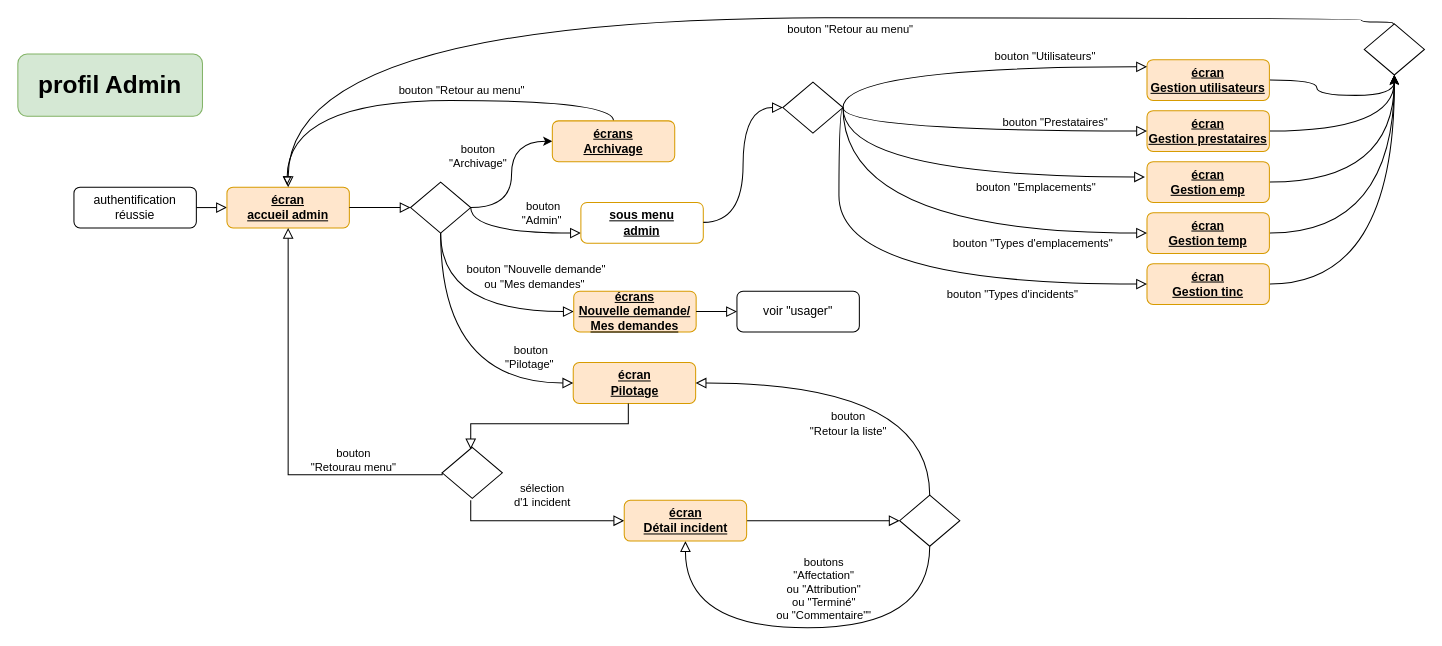
Above: doc/cinématique/admin.drawio in mapette/sos_immo_backend (draw.io), before the change. Source tidied: cells renumbered, new cells numbered last; positions are measured from the earlier drawing's top-left corner, leaving out a move shared by most shapes. Both pictures are drawn from the tidied source at 102%, with x=0, y=0 at pixel (17, 17).
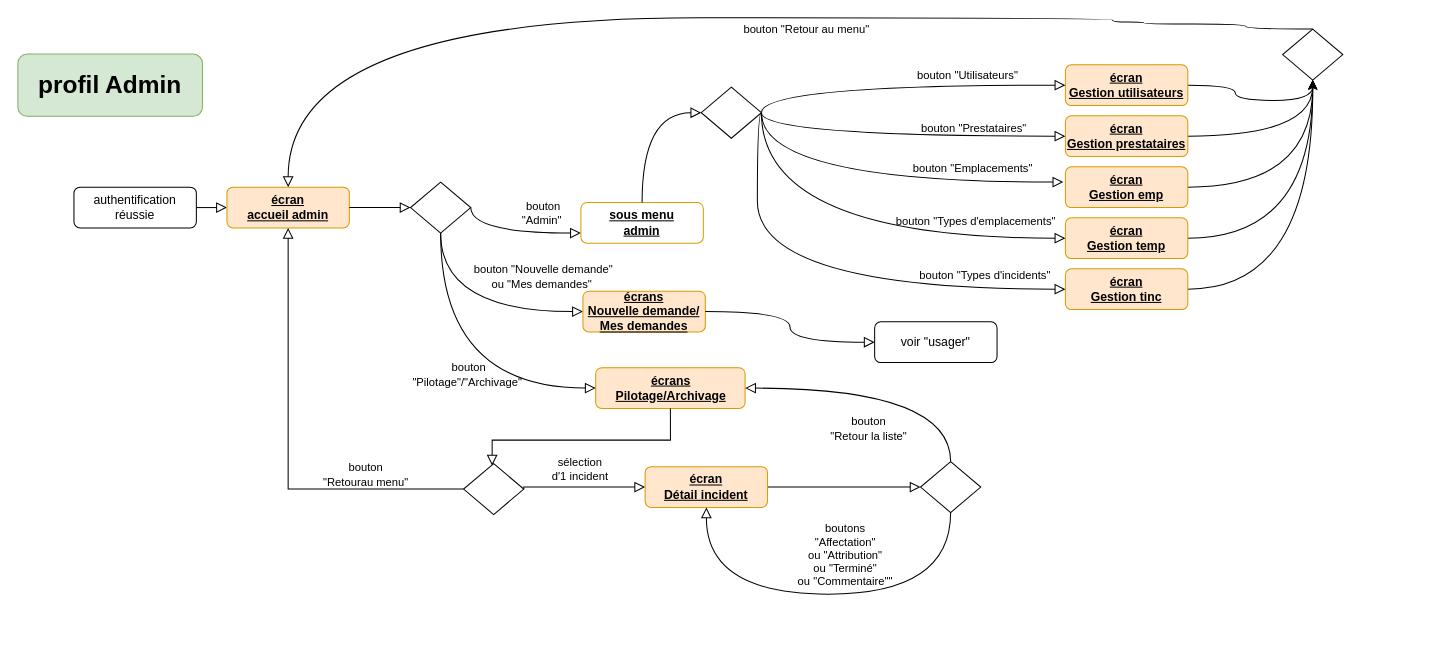
Above is the later version.

The change refers to these unchanged cells:
```xml
<mxCell id="19" value="&lt;b&gt;&lt;u&gt;écran&lt;br&gt;accueil admin&lt;/u&gt;&lt;/b&gt;" style="rounded=1;whiteSpace=wrap;html=1;fontSize=12;glass=0;strokeWidth=1;shadow=0;fillColor=#ffe6cc;strokeColor=#d79b00;" parent="1" vertex="1">
  <mxGeometry x="205" y="166" width="120" height="40" as="geometry" />
</mxCell>
<mxCell id="25" style="rhombus;whiteSpace=wrap;html=1;shadow=0;fontFamily=Helvetica;fontSize=12;align=center;strokeWidth=1;spacing=6;spacingTop=-4;" parent="1" vertex="1">
  <mxGeometry x="385" y="161" width="59" height="50" as="geometry" />
</mxCell>
<mxCell id="39" value="&lt;b&gt;&lt;u&gt;sous menu&lt;br&gt;admin&lt;br&gt;&lt;/u&gt;&lt;/b&gt;" style="rounded=1;whiteSpace=wrap;html=1;fontSize=12;glass=0;strokeWidth=1;shadow=0;fillColor=none;strokeColor=#d79b00;" parent="1" vertex="1">
  <mxGeometry x="552" y="181" width="120" height="40" as="geometry" />
</mxCell>
```

The edit, as a diff of the source:
```diff
@@
     <mxCell id="3" value="&lt;b&gt;&lt;u&gt;écran&lt;br&gt;Gestion utilisateurs&lt;br&gt;&lt;/u&gt;&lt;/b&gt;" style="rounded=1;whiteSpace=wrap;html=1;fontSize=12;glass=0;strokeWidth=1;shadow=0;fillColor=#ffe6cc;strokeColor=#d79b00;" parent="1" vertex="1">
-      <mxGeometry x="1107" y="41" width="120" height="40" as="geometry" />
+      <mxGeometry x="1027" y="46" width="120" height="40" as="geometry" />
     </mxCell>
-    <mxCell id="4" value="bouton &quot;Utilisateurs&quot;" style="rounded=0;html=1;jettySize=auto;fontSize=11;endArrow=block;endFill=0;endSize=8;strokeWidth=1;shadow=0;labelBackgroundColor=none;edgeStyle=orthogonalEdgeStyle;exitX=1;exitY=0.5;exitDx=0;exitDy=0;curved=1;" parent="1" edge="1" source="41" target="3">
+    <mxCell id="4" value="bouton &quot;Utilisateurs&quot;" style="rounded=0;html=1;jettySize=auto;fontSize=11;endArrow=block;endFill=0;endSize=8;strokeWidth=1;shadow=0;labelBackgroundColor=none;edgeStyle=orthogonalEdgeStyle;exitX=1;exitY=0.5;exitDx=0;exitDy=0;curved=1;entryX=0;entryY=0.5;entryDx=0;entryDy=0;" parent="1" edge="1" source="41" target="3">
       <mxGeometry x="0.41" y="10" relative="1" as="geometry">
         <Array as="points">
-          <mxPoint x="809" y="48" />
+          <mxPoint x="729" y="66" />
         </Array>
       </mxGeometry>
     </mxCell>
@@
     <mxCell id="8" value="&lt;b&gt;&lt;u&gt;écran&lt;br&gt;Gestion prestataires&lt;br&gt;&lt;/u&gt;&lt;/b&gt;" style="rounded=1;whiteSpace=wrap;html=1;fontSize=12;glass=0;strokeWidth=1;shadow=0;fillColor=#ffe6cc;strokeColor=#d79b00;" parent="1" vertex="1">
-      <mxGeometry x="1107" y="91" width="120" height="40" as="geometry" />
+      <mxGeometry x="1027" y="96" width="120" height="40" as="geometry" />
     </mxCell>
     <mxCell id="9" value="bouton &quot;Prestataires&quot;" style="rounded=0;html=1;jettySize=auto;fontSize=11;endArrow=block;endFill=0;endSize=8;strokeWidth=1;shadow=0;labelBackgroundColor=none;edgeStyle=orthogonalEdgeStyle;exitX=1;exitY=0.5;exitDx=0;exitDy=0;curved=1;entryX=0;entryY=0.5;entryDx=0;entryDy=0;" parent="1" edge="1" source="41" target="8">
       <mxGeometry x="0.44" y="8" relative="1" as="geometry">
         <Array as="points">
-          <mxPoint x="809" y="111" />
+          <mxPoint x="729" y="116" />
         </Array>
       </mxGeometry>
     </mxCell>
@@
     <mxCell id="11" value="&lt;b&gt;&lt;u&gt;écran&lt;br&gt;Gestion emp&lt;br&gt;&lt;/u&gt;&lt;/b&gt;" style="rounded=1;whiteSpace=wrap;html=1;fontSize=12;glass=0;strokeWidth=1;shadow=0;fillColor=#ffe6cc;strokeColor=#d79b00;" parent="1" vertex="1">
-      <mxGeometry x="1107" y="141" width="120" height="40" as="geometry" />
+      <mxGeometry x="1027" y="146" width="120" height="40" as="geometry" />
     </mxCell>
@@
     <mxCell id="13" value="&lt;b&gt;&lt;u&gt;écran&lt;br&gt;Gestion temp&lt;br&gt;&lt;/u&gt;&lt;/b&gt;" style="rounded=1;whiteSpace=wrap;html=1;fontSize=12;glass=0;strokeWidth=1;shadow=0;fillColor=#ffe6cc;strokeColor=#d79b00;" parent="1" vertex="1">
-      <mxGeometry x="1107" y="191" width="120" height="40" as="geometry" />
+      <mxGeometry x="1027" y="196" width="120" height="40" as="geometry" />
     </mxCell>
     <mxCell id="14" style="edgeStyle=orthogonalEdgeStyle;curved=1;rounded=0;jettySize=auto;html=1;exitX=1;exitY=0.5;exitDx=0;exitDy=0;" parent="1" edge="1" source="15">
       <mxGeometry relative="1" as="geometry">
-        <mxPoint x="1349.5" y="56.8" as="targetPoint" />
+        <mxPoint x="1269.5" y="61.8" as="targetPoint" />
       </mxGeometry>
     </mxCell>
     <mxCell id="15" value="&lt;b&gt;&lt;u&gt;écran&lt;br&gt;Gestion tinc&lt;br&gt;&lt;/u&gt;&lt;/b&gt;" style="rounded=1;whiteSpace=wrap;html=1;fontSize=12;glass=0;strokeWidth=1;shadow=0;fillColor=#ffe6cc;strokeColor=#d79b00;" parent="1" vertex="1">
-      <mxGeometry x="1107" y="241" width="120" height="40" as="geometry" />
+      <mxGeometry x="1027" y="246" width="120" height="40" as="geometry" />
     </mxCell>
     <mxCell id="16" value="bouton &quot;Types d'emplacements&quot;" style="html=1;jettySize=auto;fontSize=11;endArrow=block;endFill=0;endSize=8;strokeWidth=1;shadow=0;labelBackgroundColor=none;edgeStyle=orthogonalEdgeStyle;exitX=1;exitY=0.5;exitDx=0;exitDy=0;entryX=0;entryY=0.5;entryDx=0;entryDy=0;curved=1;" parent="1" edge="1" source="41" target="13">
-      <mxGeometry x="0.47" y="-10" relative="1" as="geometry">
+      <mxGeometry x="0.58" y="16" relative="1" as="geometry">
         <Array as="points">
-          <mxPoint x="809" y="211" />
+          <mxPoint x="729" y="216" />
         </Array>
       </mxGeometry>
     </mxCell>
     <mxCell id="17" value="bouton &quot;Types d'incidents&quot;" style="html=1;jettySize=auto;fontSize=11;endArrow=block;endFill=0;endSize=8;strokeWidth=1;shadow=0;labelBackgroundColor=none;edgeStyle=orthogonalEdgeStyle;entryX=0;entryY=0.5;entryDx=0;entryDy=0;curved=1;exitX=1;exitY=0.5;exitDx=0;exitDy=0;" parent="1" edge="1" source="41" target="15">
-      <mxGeometry x="0.45" y="-10" relative="1" as="geometry">
+      <mxGeometry x="0.67" y="13" relative="1" as="geometry">
         <Array as="points">
-          <mxPoint x="805" y="88" />
-          <mxPoint x="805" y="261" />
+          <mxPoint x="725" y="93" />
+          <mxPoint x="725" y="266" />
         </Array>
       </mxGeometry>
     </mxCell>
     <mxCell id="18" value="bouton &quot;Emplacements&quot;" style="rounded=0;html=1;jettySize=auto;fontSize=11;endArrow=block;endFill=0;endSize=8;strokeWidth=1;shadow=0;labelBackgroundColor=none;edgeStyle=orthogonalEdgeStyle;exitX=1;exitY=0.5;exitDx=0;exitDy=0;curved=1;" parent="1" edge="1" source="41">
-      <mxGeometry x="0.41" y="-10" relative="1" as="geometry">
-        <mxPoint x="1105" y="156" as="targetPoint" />
+      <mxGeometry x="0.51" y="13" relative="1" as="geometry">
+        <mxPoint x="1025" y="161" as="targetPoint" />
         <Array as="points">
-          <mxPoint x="809" y="156" />
+          <mxPoint x="729" y="161" />
         </Array>
       </mxGeometry>
     </mxCell>
@@
     <mxCell id="21" value="&lt;b&gt;&lt;u&gt;écrans&lt;br&gt;Nouvelle demande/&lt;br&gt;Mes demandes&lt;br&gt;&lt;/u&gt;&lt;/b&gt;" style="rounded=1;whiteSpace=wrap;html=1;fontSize=12;glass=0;strokeWidth=1;shadow=0;fillColor=#ffe6cc;strokeColor=#d79b00;" parent="1" vertex="1">
-      <mxGeometry x="545" y="268" width="120" height="40" as="geometry" />
+      <mxGeometry x="554" y="268" width="120" height="40" as="geometry" />
     </mxCell>
     <mxCell id="22" value="voir &quot;usager&quot;" style="rounded=1;whiteSpace=wrap;html=1;fontSize=12;glass=0;strokeWidth=1;shadow=0;" parent="1" vertex="1">
-      <mxGeometry x="705" y="268" width="120" height="40" as="geometry" />
+      <mxGeometry x="840" y="298" width="120" height="40" as="geometry" />
     </mxCell>
-    <mxCell id="23" style="rounded=0;html=1;jettySize=auto;fontSize=11;endArrow=block;endFill=0;endSize=8;strokeWidth=1;shadow=0;labelBackgroundColor=none;edgeStyle=orthogonalEdgeStyle;entryX=0;entryY=0.5;entryDx=0;entryDy=0;exitX=1;exitY=0.5;exitDx=0;exitDy=0;" parent="1" edge="1" source="21" target="22">
-      <mxGeometry relative="1" as="geometry">
-        <Array as="points">
-          <mxPoint x="695" y="288" />
-          <mxPoint x="695" y="288" />
-        </Array>
-      </mxGeometry>
+    <mxCell id="23" style="rounded=0;html=1;jettySize=auto;fontSize=11;endArrow=block;endFill=0;endSize=8;strokeWidth=1;shadow=0;labelBackgroundColor=none;edgeStyle=orthogonalEdgeStyle;entryX=0;entryY=0.5;entryDx=0;entryDy=0;exitX=1;exitY=0.5;exitDx=0;exitDy=0;curved=1;" parent="1" edge="1" source="21" target="22">
+      <mxGeometry relative="1" as="geometry" />
     </mxCell>
-    <mxCell id="24" value="bouton&lt;br&gt;&quot;Archivage&quot;" style="edgeStyle=orthogonalEdgeStyle;curved=1;rounded=0;jettySize=auto;html=1;entryX=0;entryY=0.5;entryDx=0;entryDy=0;" parent="1" edge="1" source="25" target="46">
-      <mxGeometry x="0.24" y="33" relative="1" as="geometry" />
-    </mxCell>
@@
-    <mxCell id="27" value="&lt;b&gt;&lt;u&gt;écran&lt;br&gt;Pilotage&lt;br&gt;&lt;/u&gt;&lt;/b&gt;" style="rounded=1;whiteSpace=wrap;html=1;fontSize=12;glass=0;strokeWidth=1;shadow=0;fillColor=#ffe6cc;strokeColor=#d79b00;" parent="1" vertex="1">
-      <mxGeometry x="544.5" y="338" width="120" height="40" as="geometry" />
+    <mxCell id="27" value="&lt;b&gt;&lt;u&gt;écrans&lt;br&gt;Pilotage/Archivage&lt;br&gt;&lt;/u&gt;&lt;/b&gt;" style="rounded=1;whiteSpace=wrap;html=1;fontSize=12;glass=0;strokeWidth=1;shadow=0;fillColor=#ffe6cc;strokeColor=#d79b00;" parent="1" vertex="1">
+      <mxGeometry x="566.5" y="343" width="146.5" height="40" as="geometry" />
     </mxCell>
-    <mxCell id="28" value="sélection&lt;br&gt;d'1 incident" style="rounded=0;html=1;jettySize=auto;fontSize=11;endArrow=block;endFill=0;endSize=8;strokeWidth=1;shadow=0;labelBackgroundColor=none;edgeStyle=orthogonalEdgeStyle;exitX=0.5;exitY=1;exitDx=0;exitDy=0;entryX=0;entryY=0.5;entryDx=0;entryDy=0;" parent="1" edge="1" target="33">
-      <mxGeometry x="0.06" y="25" relative="1" as="geometry">
-        <mxPoint x="444" y="473" as="sourcePoint" />
+    <mxCell id="28" value="sélection&lt;br&gt;d'1 incident" style="rounded=0;html=1;jettySize=auto;fontSize=11;endArrow=block;endFill=0;endSize=8;strokeWidth=1;shadow=0;labelBackgroundColor=none;edgeStyle=orthogonalEdgeStyle;exitX=1;exitY=0.5;exitDx=0;exitDy=0;entryX=0;entryY=0.5;entryDx=0;entryDy=0;" parent="1" edge="1" source="35" target="33">
+      <mxGeometry x="-0.06" y="17" relative="1" as="geometry">
         <Array as="points">
-          <mxPoint x="444.5" y="493" />
+          <mxPoint x="496" y="460" />
         </Array>
       </mxGeometry>
     </mxCell>
     <mxCell id="29" style="rounded=0;html=1;jettySize=auto;fontSize=11;endArrow=block;endFill=0;endSize=8;strokeWidth=1;shadow=0;labelBackgroundColor=none;edgeStyle=orthogonalEdgeStyle;exitX=1;exitY=0.5;exitDx=0;exitDy=0;entryX=0;entryY=0.5;entryDx=0;entryDy=0;" parent="1" edge="1" source="33" target="32">
       <mxGeometry relative="1" as="geometry">
         <Array as="points">
-          <mxPoint x="844.5" y="493" />
-          <mxPoint x="844.5" y="493" />
+          <mxPoint x="865" y="460" />
+          <mxPoint x="865" y="460" />
         </Array>
       </mxGeometry>
     </mxCell>
     <mxCell id="30" value="boutons&lt;br&gt;&quot;Affectation&quot;&lt;br&gt;ou &quot;Attribution&quot;&lt;br&gt;ou &quot;Terminé&quot;&lt;br&gt;ou &quot;Commentaire&quot;&quot;" style="html=1;jettySize=auto;fontSize=11;endArrow=block;endFill=0;endSize=8;strokeWidth=1;shadow=0;labelBackgroundColor=none;edgeStyle=orthogonalEdgeStyle;exitX=0.5;exitY=1;exitDx=0;exitDy=0;entryX=0.5;entryY=1;entryDx=0;entryDy=0;rounded=0;curved=1;" parent="1" edge="1" source="32" target="33">
       <mxGeometry x="-0.09" y="-38" relative="1" as="geometry">
         <Array as="points">
-          <mxPoint x="894.5" y="598" />
-          <mxPoint x="654.5" y="598" />
+          <mxPoint x="915" y="565" />
+          <mxPoint x="675" y="565" />
         </Array>
       </mxGeometry>
     </mxCell>
-    <mxCell id="31" style="rounded=0;html=1;jettySize=auto;orthogonalLoop=1;fontSize=11;endArrow=block;endFill=0;endSize=8;strokeWidth=1;shadow=0;labelBackgroundColor=none;edgeStyle=orthogonalEdgeStyle;entryX=0.5;entryY=0;entryDx=0;entryDy=0;" parent="1" edge="1">
+    <mxCell id="31" style="rounded=0;html=1;jettySize=auto;fontSize=11;endArrow=block;endFill=0;endSize=8;strokeWidth=1;shadow=0;labelBackgroundColor=none;edgeStyle=orthogonalEdgeStyle;entryX=0.5;entryY=0;entryDx=0;entryDy=0;exitX=0.5;exitY=1;exitDx=0;exitDy=0;" parent="1" edge="1" source="27">
       <mxGeometry relative="1" as="geometry">
-        <mxPoint x="598.5" y="378" as="sourcePoint" />
-        <mxPoint x="444" y="423" as="targetPoint" />
+        <mxPoint x="465" y="439" as="targetPoint" />
         <Array as="points">
-          <mxPoint x="598.5" y="398" />
+          <mxPoint x="640" y="414" />
+          <mxPoint x="465" y="414" />
         </Array>
       </mxGeometry>
     </mxCell>
     <mxCell id="32" style="rhombus;whiteSpace=wrap;html=1;shadow=0;fontFamily=Helvetica;fontSize=12;align=center;strokeWidth=1;spacing=6;spacingTop=-4;" parent="1" vertex="1">
-      <mxGeometry x="864.5" y="468" width="59" height="50" as="geometry" />
+      <mxGeometry x="885" y="435" width="59" height="50" as="geometry" />
     </mxCell>
     <mxCell id="33" value="&lt;b&gt;&lt;u&gt;écran&lt;br&gt;Détail incident&lt;br&gt;&lt;/u&gt;&lt;/b&gt;" style="rounded=1;whiteSpace=wrap;html=1;fontSize=12;glass=0;strokeWidth=1;shadow=0;fillColor=#ffe6cc;strokeColor=#d79b00;" parent="1" vertex="1">
-      <mxGeometry x="594.5" y="473" width="120" height="40" as="geometry" />
+      <mxGeometry x="615" y="440" width="120" height="40" as="geometry" />
     </mxCell>
-    <mxCell id="34" value="bouton&lt;br&gt;&quot;Retour la liste&quot;" style="html=1;jettySize=auto;fontSize=11;endArrow=block;endFill=0;endSize=8;strokeWidth=1;shadow=0;labelBackgroundColor=none;rounded=0;exitX=0.5;exitY=0;exitDx=0;exitDy=0;entryX=1;entryY=0.5;entryDx=0;entryDy=0;edgeStyle=orthogonalEdgeStyle;curved=1;" parent="1" edge="1" source="32" target="27">
+    <mxCell id="34" value="bouton&lt;br&gt;&quot;Retour la liste&quot;" style="html=1;jettySize=auto;fontSize=11;endArrow=block;endFill=0;endSize=8;strokeWidth=1;shadow=0;labelBackgroundColor=none;rounded=0;exitX=0.5;exitY=0;exitDx=0;exitDy=0;edgeStyle=orthogonalEdgeStyle;curved=1;entryX=1;entryY=0.5;entryDx=0;entryDy=0;" parent="1" edge="1" source="32" target="27">
       <mxGeometry x="0.12" y="40" relative="1" as="geometry" />
     </mxCell>
     <mxCell id="35" style="rhombus;whiteSpace=wrap;html=1;shadow=0;fontFamily=Helvetica;fontSize=12;align=center;strokeWidth=1;spacing=6;spacingTop=-4;" parent="1" vertex="1">
-      <mxGeometry x="416" y="421" width="59" height="50" as="geometry" />
+      <mxGeometry x="437" y="437" width="59" height="50" as="geometry" />
     </mxCell>
     <mxCell id="36" value="bouton&lt;br&gt;&quot;Retourau menu&quot;" style="rounded=0;html=1;jettySize=auto;fontSize=11;endArrow=block;endFill=0;endSize=8;strokeWidth=1;shadow=0;labelBackgroundColor=none;edgeStyle=orthogonalEdgeStyle;entryX=0.5;entryY=1;entryDx=0;entryDy=0;exitX=0;exitY=0.5;exitDx=0;exitDy=0;exitPerimeter=0;" parent="1" edge="1" source="35" target="19">
       <mxGeometry x="-0.55" y="-14" relative="1" as="geometry">
         <Array as="points">
-          <mxPoint x="416" y="448" />
-          <mxPoint x="265" y="448" />
+          <mxPoint x="265" y="462" />
         </Array>
       </mxGeometry>
     </mxCell>
-    <mxCell id="37" value="bouton&lt;br&gt;&quot;Pilotage&quot;&amp;nbsp;" style="rounded=0;html=1;jettySize=auto;fontSize=11;endArrow=block;endFill=0;endSize=8;strokeWidth=1;shadow=0;labelBackgroundColor=none;edgeStyle=orthogonalEdgeStyle;entryX=0;entryY=0.5;entryDx=0;entryDy=0;exitX=0.5;exitY=1;exitDx=0;exitDy=0;curved=1;" parent="1" edge="1" source="25" target="27">
-      <mxGeometry x="0.69" y="25" relative="1" as="geometry">
+    <mxCell id="37" value="bouton&lt;br&gt;&quot;Pilotage&quot;/&quot;Archivage&quot;&amp;nbsp;" style="rounded=0;html=1;jettySize=auto;fontSize=11;endArrow=block;endFill=0;endSize=8;strokeWidth=1;shadow=0;labelBackgroundColor=none;edgeStyle=orthogonalEdgeStyle;entryX=0;entryY=0.5;entryDx=0;entryDy=0;exitX=0.5;exitY=1;exitDx=0;exitDy=0;curved=1;" parent="1" edge="1" source="25" target="27">
+      <mxGeometry x="0.17" y="13" relative="1" as="geometry">
         <mxPoint x="1" as="offset" />
       </mxGeometry>
     </mxCell>
@@
-    <mxCell id="40" style="rounded=0;html=1;jettySize=auto;fontSize=11;endArrow=block;endFill=0;endSize=8;strokeWidth=1;shadow=0;labelBackgroundColor=none;edgeStyle=orthogonalEdgeStyle;exitX=1;exitY=0.488;exitDx=0;exitDy=0;entryX=0;entryY=0.5;entryDx=0;entryDy=0;exitPerimeter=0;curved=1;" parent="1" edge="1" source="39" target="41">
+    <mxCell id="40" style="rounded=0;html=1;jettySize=auto;fontSize=11;endArrow=block;endFill=0;endSize=8;strokeWidth=1;shadow=0;labelBackgroundColor=none;edgeStyle=orthogonalEdgeStyle;exitX=0.5;exitY=0;exitDx=0;exitDy=0;entryX=0;entryY=0.5;entryDx=0;entryDy=0;curved=1;" parent="1" edge="1" source="39" target="41">
       <mxGeometry relative="1" as="geometry" />
     </mxCell>
     <mxCell id="41" style="rhombus;whiteSpace=wrap;html=1;shadow=0;fontFamily=Helvetica;fontSize=12;align=center;strokeWidth=1;spacing=6;spacingTop=-4;" parent="1" vertex="1">
-      <mxGeometry x="750" y="63" width="59" height="50" as="geometry" />
+      <mxGeometry x="670" y="68" width="59" height="50" as="geometry" />
     </mxCell>
     <mxCell id="42" value="bouton &quot;Retour au menu&quot;" style="rounded=0;html=1;jettySize=auto;fontSize=11;endArrow=block;endFill=0;endSize=8;strokeWidth=1;shadow=0;labelBackgroundColor=none;edgeStyle=orthogonalEdgeStyle;curved=1;entryX=0.5;entryY=0;entryDx=0;entryDy=0;exitX=0.5;exitY=0;exitDx=0;exitDy=0;" parent="1" edge="1" source="44" target="19">
       <mxGeometry x="-0.14" y="11" relative="1" as="geometry">
         <Array as="points">
-          <mxPoint x="1348" y="6" />
-          <mxPoint x="1348" y="4" />
-          <mxPoint x="1317" y="4" />
-          <mxPoint x="1317" />
+          <mxPoint x="1204" y="11" />
+          <mxPoint x="1204" y="6" />
+          <mxPoint x="1104" y="6" />
+          <mxPoint x="1104" y="4" />
+          <mxPoint x="1073" y="4" />
+          <mxPoint x="1073" />
           <mxPoint x="265" />
         </Array>
       </mxGeometry>
     </mxCell>
@@
     <mxCell id="44" style="rhombus;whiteSpace=wrap;html=1;shadow=0;fontFamily=Helvetica;fontSize=12;align=center;strokeWidth=1;spacing=6;spacingTop=-4;" parent="1" vertex="1">
-      <mxGeometry x="1320" y="6" width="59" height="50" as="geometry" />
+      <mxGeometry x="1240" y="11" width="59" height="50" as="geometry" />
     </mxCell>
-    <mxCell id="45" value="bouton &quot;Retour au menu&quot;" style="edgeStyle=orthogonalEdgeStyle;curved=1;rounded=0;jettySize=auto;html=1;exitX=0.5;exitY=0;exitDx=0;exitDy=0;endArrow=block;endFill=0;" parent="1" edge="1" source="46">
-      <mxGeometry x="-0.2" y="-10" relative="1" as="geometry">
-        <mxPoint x="264" y="164" as="targetPoint" />
-      </mxGeometry>
-    </mxCell>
-    <mxCell id="46" value="&lt;b&gt;&lt;u&gt;écrans&lt;br&gt;Archivage&lt;br&gt;&lt;/u&gt;&lt;/b&gt;" style="rounded=1;whiteSpace=wrap;html=1;fontSize=12;glass=0;strokeWidth=1;shadow=0;fillColor=#ffe6cc;strokeColor=#d79b00;" parent="1" vertex="1">
-      <mxGeometry x="524" y="101" width="120" height="40" as="geometry" />
-    </mxCell>
```
